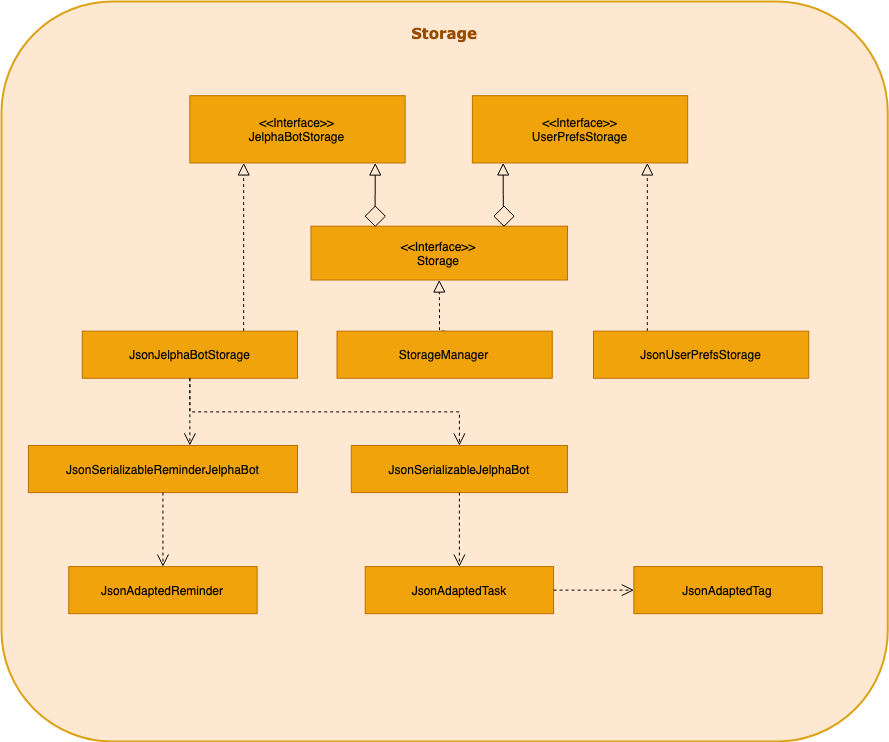
The draw.io diagram images/Storage.png in AY1920S2-CS2103-F09-2/main, before a commit. Source tidied: cells renumbered, new cells last; positions are measured from the earlier drawing's top-left corner, leaving out a move shared by most shapes.
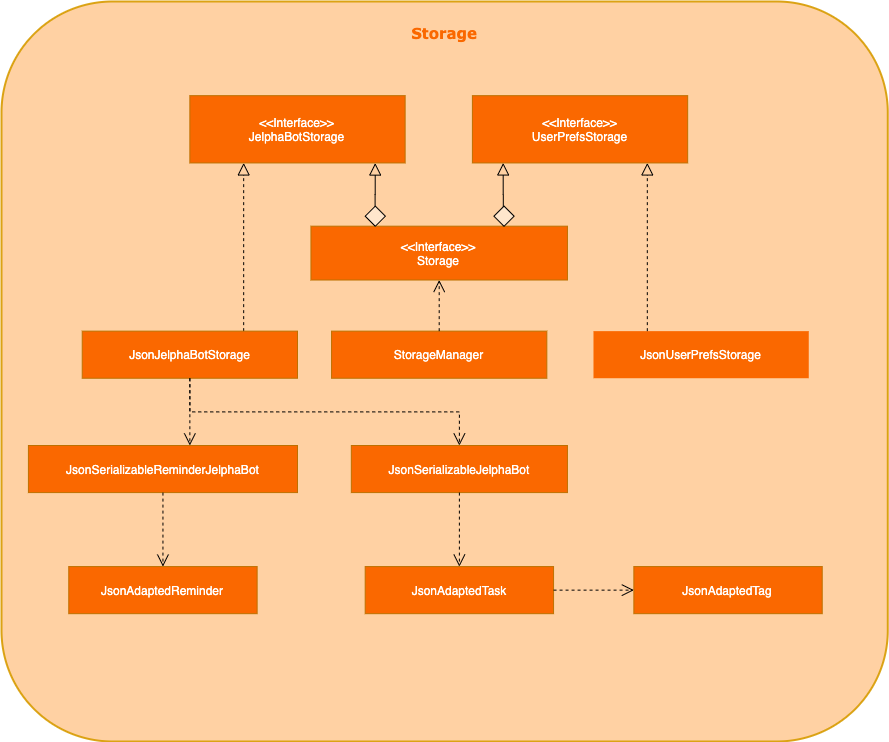
The same file after the commit.

What changed in the source:
```diff
@@ -2,72 +2,63 @@
   <root>
     <mxCell id="0" />
     <mxCell id="1" parent="0" />
-    <mxCell id="2" style="group;" parent="1" vertex="1">
+    <mxCell id="2" style="group;fontColor=#FFFFFF;" parent="1" vertex="1">
       <mxGeometry width="886.3" height="740" as="geometry" />
     </mxCell>
-    <mxCell id="3" style="rounded=1;whiteSpace=wrap;html=1;strokeColor=#d79b00;strokeWidth=2;fillColor=#ffe6cc;opacity=90;" parent="2" vertex="1">
+    <mxCell id="3" style="rounded=1;whiteSpace=wrap;html=1;strokeColor=#d79b00;strokeWidth=2;fillColor=#FFcc99;opacity=90;fontColor=#FFFFFF;" parent="2" vertex="1">
       <mxGeometry width="886.3" height="740" as="geometry" />
     </mxCell>
-    <mxCell id="4" value="&lt;font style=&quot;font-size: 15px&quot; face=&quot;Verdana&quot; color=&quot;#994c00&quot;&gt;&lt;b&gt;Storage&lt;/b&gt;&lt;/font&gt;" style="text;html=1;strokeColor=none;fillColor=none;align=center;verticalAlign=middle;whiteSpace=wrap;rounded=0;opacity=90;" parent="2" vertex="1">
+    <mxCell id="4" value="&lt;font style=&quot;font-size: 15px&quot; face=&quot;Verdana&quot;&gt;&lt;b&gt;Storage&lt;/b&gt;&lt;/font&gt;" style="text;html=1;strokeColor=none;fillColor=none;align=center;verticalAlign=middle;whiteSpace=wrap;rounded=0;opacity=90;fontColor=#Fa6800;" parent="2" vertex="1">
       <mxGeometry x="425.9" y="22.9" width="34.4" height="17.2" as="geometry" />
     </mxCell>
-    <mxCell id="5" value="&amp;lt;&amp;lt;Interface&amp;gt;&amp;gt;&lt;br&gt;UserPrefsStorage" style="rounded=0;whiteSpace=wrap;html=1;strokeWidth=1;fillColor=#F0A30A;strokeColor=#BD7000;" parent="2" vertex="1">
+    <mxCell id="5" value="&amp;lt;&amp;lt;Interface&amp;gt;&amp;gt;&lt;br&gt;UserPrefsStorage" style="rounded=0;whiteSpace=wrap;html=1;strokeWidth=1;fillColor=#Fa6800;strokeColor=#BD7000;fontColor=#FFFFFF;" parent="2" vertex="1">
       <mxGeometry x="470.9" y="94.2" width="215.3" height="67.3" as="geometry" />
     </mxCell>
-    <mxCell id="6" value="&amp;lt;&amp;lt;Interface&amp;gt;&amp;gt;&lt;br&gt;JelphaBotStorage" style="rounded=0;whiteSpace=wrap;html=1;strokeWidth=1;fillColor=#F0A30A;strokeColor=#BD7000;" parent="2" vertex="1">
+    <mxCell id="6" value="&amp;lt;&amp;lt;Interface&amp;gt;&amp;gt;&lt;br&gt;JelphaBotStorage" style="rounded=0;whiteSpace=wrap;html=1;strokeWidth=1;fillColor=#Fa6800;strokeColor=#BD7000;fontColor=#FFFFFF;" parent="2" vertex="1">
       <mxGeometry x="188.4" y="94.2" width="215.3" height="67.3" as="geometry" />
     </mxCell>
-    <mxCell id="7" style="edgeStyle=orthogonalEdgeStyle;rounded=0;jettySize=auto;html=1;exitX=0.25;exitY=0;exitDx=0;exitDy=0;entryX=0.861;entryY=1.001;entryDx=0;entryDy=0;entryPerimeter=0;endArrow=block;endFill=0;endSize=10;" parent="2" edge="1" source="9" target="6">
+    <mxCell id="7" style="edgeStyle=orthogonalEdgeStyle;rounded=0;jettySize=auto;html=1;exitX=0.25;exitY=0;exitDx=0;exitDy=0;entryX=0.861;entryY=1.001;entryDx=0;entryDy=0;entryPerimeter=0;endArrow=block;endFill=0;endSize=10;fontColor=#FFFFFF;" parent="2" edge="1" source="9" target="6">
       <mxGeometry relative="1" as="geometry" />
     </mxCell>
-    <mxCell id="8" style="edgeStyle=orthogonalEdgeStyle;rounded=0;jettySize=auto;html=1;exitX=0.75;exitY=0;exitDx=0;exitDy=0;entryX=0.143;entryY=1;entryDx=0;entryDy=0;entryPerimeter=0;endArrow=block;endFill=0;endSize=10;" parent="2" edge="1" source="9" target="5">
+    <mxCell id="8" style="edgeStyle=orthogonalEdgeStyle;rounded=0;jettySize=auto;html=1;exitX=0.75;exitY=0;exitDx=0;exitDy=0;entryX=0.143;entryY=1;entryDx=0;entryDy=0;entryPerimeter=0;endArrow=block;endFill=0;endSize=10;fontColor=#FFFFFF;" parent="2" edge="1" source="9" target="5">
       <mxGeometry relative="1" as="geometry" />
     </mxCell>
-    <mxCell id="9" value="&amp;lt;&amp;lt;Interface&amp;gt;&amp;gt;&lt;br&gt;Storage" style="rounded=0;whiteSpace=wrap;html=1;strokeWidth=1;fillColor=#F0A30A;strokeColor=#BD7000;" parent="2" vertex="1">
+    <mxCell id="9" value="&amp;lt;&amp;lt;Interface&amp;gt;&amp;gt;&lt;br&gt;Storage" style="rounded=0;whiteSpace=wrap;html=1;strokeWidth=1;fillColor=#Fa6800;strokeColor=#BD7000;fontColor=#FFFFFF;" parent="2" vertex="1">
       <mxGeometry x="309.5" y="224.7" width="256.5" height="53.8" as="geometry" />
     </mxCell>
-    <mxCell id="10" style="edgeStyle=orthogonalEdgeStyle;rounded=0;jettySize=auto;html=1;exitX=0.75;exitY=0;exitDx=0;exitDy=0;entryX=0.25;entryY=1;entryDx=0;entryDy=0;endArrow=block;endFill=0;endSize=10;dashed=1;" parent="2" edge="1" source="11" target="6">
+    <mxCell id="10" style="edgeStyle=orthogonalEdgeStyle;rounded=0;jettySize=auto;html=1;exitX=0.75;exitY=0;exitDx=0;exitDy=0;entryX=0.25;entryY=1;entryDx=0;entryDy=0;endArrow=block;endFill=0;endSize=10;dashed=1;fontColor=#FFFFFF;" parent="2" edge="1" source="11" target="6">
       <mxGeometry relative="1" as="geometry" />
     </mxCell>
-    <mxCell id="11" value="JsonJelphaBotStorage" style="rounded=0;whiteSpace=wrap;html=1;strokeWidth=1;fillColor=#F0A30A;strokeColor=#BD7000;" parent="2" vertex="1">
+    <mxCell id="11" value="JsonJelphaBotStorage" style="rounded=0;whiteSpace=wrap;html=1;strokeWidth=1;fillColor=#Fa6800;strokeColor=#BD7000;fontColor=#FFFFFF;" parent="2" vertex="1">
       <mxGeometry x="80.7" y="329.6" width="215.3" height="47.1" as="geometry" />
     </mxCell>
-    <mxCell id="12" style="edgeStyle=orthogonalEdgeStyle;rounded=0;jettySize=auto;html=1;exitX=0.5;exitY=0;exitDx=0;exitDy=0;entryX=0.5;entryY=1;entryDx=0;entryDy=0;dashed=1;endArrow=block;endFill=0;endSize=10;" parent="2" edge="1" source="13" target="9">
-      <mxGeometry relative="1" as="geometry">
-        <Array as="points">
-          <mxPoint x="438" y="330" />
-          <mxPoint x="438" y="304" />
-          <mxPoint x="438" y="304" />
-        </Array>
-      </mxGeometry>
-    </mxCell>
-    <mxCell id="13" value="StorageManager" style="rounded=0;whiteSpace=wrap;html=1;strokeWidth=1;fillColor=#F0A30A;strokeColor=#BD7000;" parent="2" vertex="1">
-      <mxGeometry x="335.5" y="329.6" width="215.3" height="47.1" as="geometry" />
+    <mxCell id="13" value="StorageManager" style="rounded=0;whiteSpace=wrap;html=1;strokeWidth=1;fillColor=#Fa6800;strokeColor=#BD7000;fontColor=#FFFFFF;" parent="2" vertex="1">
+      <mxGeometry x="330.1" y="329.6" width="215.3" height="47.1" as="geometry" />
     </mxCell>
-    <mxCell id="14" style="edgeStyle=orthogonalEdgeStyle;rounded=0;jettySize=auto;html=1;exitX=0.25;exitY=0;exitDx=0;exitDy=0;endArrow=block;endFill=0;endSize=10;dashed=1;" parent="2" edge="1" source="15">
+    <mxCell id="14" style="edgeStyle=orthogonalEdgeStyle;rounded=0;jettySize=auto;html=1;exitX=0.25;exitY=0;exitDx=0;exitDy=0;endArrow=block;endFill=0;endSize=10;dashed=1;fontColor=#FFFFFF;" parent="2" edge="1" source="15">
       <mxGeometry relative="1" as="geometry">
         <mxPoint x="645.8" y="161.5" as="targetPoint" />
       </mxGeometry>
     </mxCell>
-    <mxCell id="15" value="JsonUserPrefsStorage" style="rounded=0;whiteSpace=wrap;html=1;strokeWidth=1;fillColor=#F0A30A;strokeColor=#BD7000;" parent="2" vertex="1">
+    <mxCell id="15" value="JsonUserPrefsStorage" style="rounded=0;whiteSpace=wrap;html=1;strokeWidth=1;fillColor=#Fa6800;strokeColor=none;fontColor=#FFFFFF;" parent="2" vertex="1">
       <mxGeometry x="592" y="329.6" width="215.3" height="47.1" as="geometry" />
     </mxCell>
-    <mxCell id="16" value="JsonSerializableReminderJelphaBot" style="rounded=0;whiteSpace=wrap;html=1;strokeWidth=1;fillColor=#F0A30A;strokeColor=#BD7000;" parent="2" vertex="1">
+    <mxCell id="16" value="JsonSerializableReminderJelphaBot" style="rounded=0;whiteSpace=wrap;html=1;strokeWidth=1;fillColor=#Fa6800;strokeColor=#BD7000;fontColor=#FFFFFF;" parent="2" vertex="1">
       <mxGeometry x="26.9" y="444" width="269.1" height="47.1" as="geometry" />
     </mxCell>
-    <mxCell id="17" style="edgeStyle=orthogonalEdgeStyle;rounded=0;jettySize=auto;html=1;exitX=0.5;exitY=1;exitDx=0;exitDy=0;endArrow=open;endFill=0;dashed=1;entryX=0.6;entryY=-0.001;entryDx=0;entryDy=0;entryPerimeter=0;endSize=10;" parent="2" edge="1" source="11" target="16">
+    <mxCell id="17" style="edgeStyle=orthogonalEdgeStyle;rounded=0;jettySize=auto;html=1;exitX=0.5;exitY=1;exitDx=0;exitDy=0;endArrow=open;endFill=0;dashed=1;entryX=0.6;entryY=-0.001;entryDx=0;entryDy=0;entryPerimeter=0;endSize=10;fontColor=#FFFFFF;" parent="2" edge="1" source="11" target="16">
       <mxGeometry relative="1" as="geometry" />
     </mxCell>
-    <mxCell id="18" value="JsonAdaptedReminder" style="rounded=0;whiteSpace=wrap;html=1;strokeWidth=1;fillColor=#F0A30A;strokeColor=#BD7000;" parent="2" vertex="1">
+    <mxCell id="18" value="JsonAdaptedReminder" style="rounded=0;whiteSpace=wrap;html=1;strokeWidth=1;fillColor=#Fa6800;strokeColor=#BD7000;fontColor=#FFFFFF;" parent="2" vertex="1">
       <mxGeometry x="67.3" y="565.1" width="188.4" height="47.1" as="geometry" />
     </mxCell>
-    <mxCell id="19" style="edgeStyle=orthogonalEdgeStyle;rounded=0;jettySize=auto;html=1;exitX=0.5;exitY=1;exitDx=0;exitDy=0;entryX=0.5;entryY=0;entryDx=0;entryDy=0;dashed=1;endArrow=open;endFill=0;endSize=10;" parent="2" edge="1" source="16" target="18">
+    <mxCell id="19" style="edgeStyle=orthogonalEdgeStyle;rounded=0;jettySize=auto;html=1;exitX=0.5;exitY=1;exitDx=0;exitDy=0;entryX=0.5;entryY=0;entryDx=0;entryDy=0;dashed=1;endArrow=open;endFill=0;endSize=10;fontColor=#FFFFFF;" parent="2" edge="1" source="16" target="18">
       <mxGeometry relative="1" as="geometry" />
     </mxCell>
-    <mxCell id="20" value="JsonSerializableJelphaBot" style="rounded=0;whiteSpace=wrap;html=1;strokeWidth=1;fillColor=#F0A30A;strokeColor=#BD7000;" parent="2" vertex="1">
+    <mxCell id="20" value="JsonSerializableJelphaBot" style="rounded=0;whiteSpace=wrap;html=1;strokeWidth=1;fillColor=#Fa6800;strokeColor=#BD7000;fontColor=#FFFFFF;" parent="2" vertex="1">
       <mxGeometry x="349.8" y="444" width="216.1" height="47.1" as="geometry" />
     </mxCell>
-    <mxCell id="21" style="edgeStyle=orthogonalEdgeStyle;rounded=0;jettySize=auto;html=1;exitX=0.5;exitY=1;exitDx=0;exitDy=0;entryX=0.5;entryY=0;entryDx=0;entryDy=0;endArrow=open;endFill=0;dashed=1;endSize=10;" parent="2" edge="1" source="11" target="20">
+    <mxCell id="21" style="edgeStyle=orthogonalEdgeStyle;rounded=0;jettySize=auto;html=1;exitX=0.5;exitY=1;exitDx=0;exitDy=0;entryX=0.5;entryY=0;entryDx=0;entryDy=0;endArrow=open;endFill=0;dashed=1;endSize=10;fontColor=#FFFFFF;" parent="2" edge="1" source="11" target="20">
       <mxGeometry relative="1" as="geometry">
         <Array as="points">
           <mxPoint x="188.4" y="410.4" />
@@ -75,23 +66,26 @@
         </Array>
       </mxGeometry>
     </mxCell>
-    <mxCell id="22" value="JsonAdaptedTask" style="rounded=0;whiteSpace=wrap;html=1;strokeWidth=1;fillColor=#F0A30A;strokeColor=#BD7000;" parent="2" vertex="1">
+    <mxCell id="22" value="JsonAdaptedTask" style="rounded=0;whiteSpace=wrap;html=1;strokeWidth=1;fillColor=#Fa6800;strokeColor=#BD7000;fontColor=#FFFFFF;" parent="2" vertex="1">
       <mxGeometry x="363.7" y="565.1" width="188.4" height="47.1" as="geometry" />
     </mxCell>
-    <mxCell id="23" style="edgeStyle=orthogonalEdgeStyle;rounded=0;jettySize=auto;html=1;exitX=0.5;exitY=1;exitDx=0;exitDy=0;entryX=0.5;entryY=0;entryDx=0;entryDy=0;dashed=1;endArrow=open;endFill=0;endSize=10;" parent="2" edge="1" source="20" target="22">
+    <mxCell id="23" style="edgeStyle=orthogonalEdgeStyle;rounded=0;jettySize=auto;html=1;exitX=0.5;exitY=1;exitDx=0;exitDy=0;entryX=0.5;entryY=0;entryDx=0;entryDy=0;dashed=1;endArrow=open;endFill=0;endSize=10;fontColor=#FFFFFF;" parent="2" edge="1" source="20" target="22">
       <mxGeometry relative="1" as="geometry" />
     </mxCell>
-    <mxCell id="24" value="JsonAdaptedTag" style="rounded=0;whiteSpace=wrap;html=1;strokeWidth=1;fillColor=#F0A30A;strokeColor=#BD7000;" parent="2" vertex="1">
+    <mxCell id="24" value="JsonAdaptedTag" style="rounded=0;whiteSpace=wrap;html=1;strokeWidth=1;fillColor=#Fa6800;strokeColor=#BD7000;fontColor=#FFFFFF;" parent="2" vertex="1">
       <mxGeometry x="632.4" y="565.1" width="188.4" height="47.1" as="geometry" />
     </mxCell>
-    <mxCell id="25" style="edgeStyle=orthogonalEdgeStyle;rounded=0;jettySize=auto;html=1;exitX=1;exitY=0.5;exitDx=0;exitDy=0;entryX=0;entryY=0.5;entryDx=0;entryDy=0;dashed=1;endArrow=open;endFill=0;endSize=10;" parent="2" edge="1" source="22" target="24">
+    <mxCell id="25" style="edgeStyle=orthogonalEdgeStyle;rounded=0;jettySize=auto;html=1;exitX=1;exitY=0.5;exitDx=0;exitDy=0;entryX=0;entryY=0.5;entryDx=0;entryDy=0;dashed=1;endArrow=open;endFill=0;endSize=10;fontColor=#FFFFFF;" parent="2" edge="1" source="22" target="24">
       <mxGeometry relative="1" as="geometry" />
     </mxCell>
-    <mxCell id="26" style="rhombus;whiteSpace=wrap;html=1;strokeColor=#000000;strokeWidth=1;fillColor=#FFE6CC;rotation=90;" parent="2" vertex="1">
+    <mxCell id="26" style="rhombus;whiteSpace=wrap;html=1;strokeColor=#000000;strokeWidth=1;fillColor=#FFE6CC;rotation=90;fontColor=#FFFFFF;" parent="2" vertex="1">
       <mxGeometry x="492.4" y="204.6" width="20.2" height="20.2" as="geometry" />
     </mxCell>
-    <mxCell id="27" style="rhombus;whiteSpace=wrap;html=1;strokeColor=#000000;strokeWidth=1;fillColor=#FFE6CC;rotation=90;" parent="2" vertex="1">
+    <mxCell id="27" style="rhombus;whiteSpace=wrap;html=1;strokeColor=#000000;strokeWidth=1;fillColor=#FFE6CC;rotation=90;fontColor=#FFFFFF;" parent="2" vertex="1">
       <mxGeometry x="363.7" y="204.6" width="20.2" height="20.2" as="geometry" />
     </mxCell>
+    <mxCell id="12" style="edgeStyle=orthogonalEdgeStyle;rounded=0;jettySize=auto;html=1;exitX=0.5;exitY=0;exitDx=0;exitDy=0;entryX=0.5;entryY=1;entryDx=0;entryDy=0;dashed=1;endArrow=open;endFill=0;endSize=10;fontColor=#FFFFFF;" parent="2" edge="1" source="13" target="9">
+      <mxGeometry relative="1" as="geometry" />
+    </mxCell>
   </root>
 </mxGraphModel>
```
